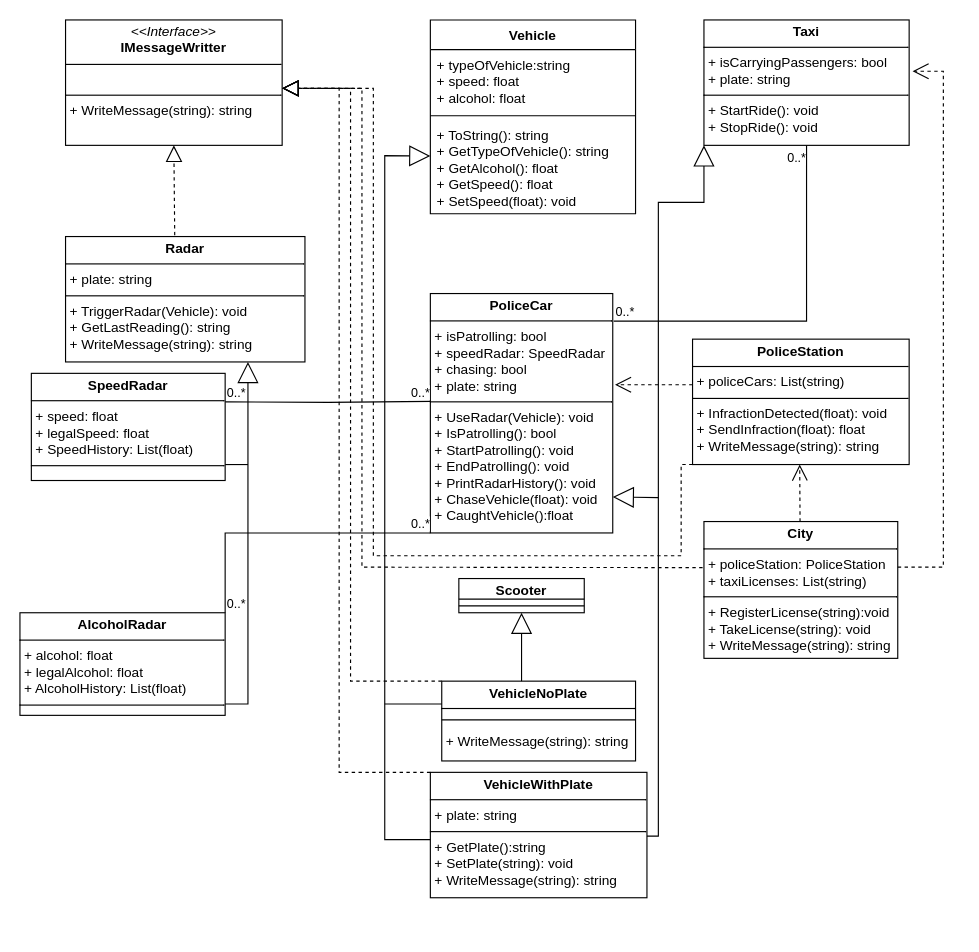
Drakit0/Police_car_02 keeps this draw.io diagram as taxi_cop.drawio. Above is the earlier version. Source tidied: cells renumbered, new cells numbered last; positions are measured from the earlier drawing's top-left corner, leaving out a move shared by most shapes. Both pictures are drawn from the tidied source at 114%, with x=0, y=0 at pixel (19, 19).
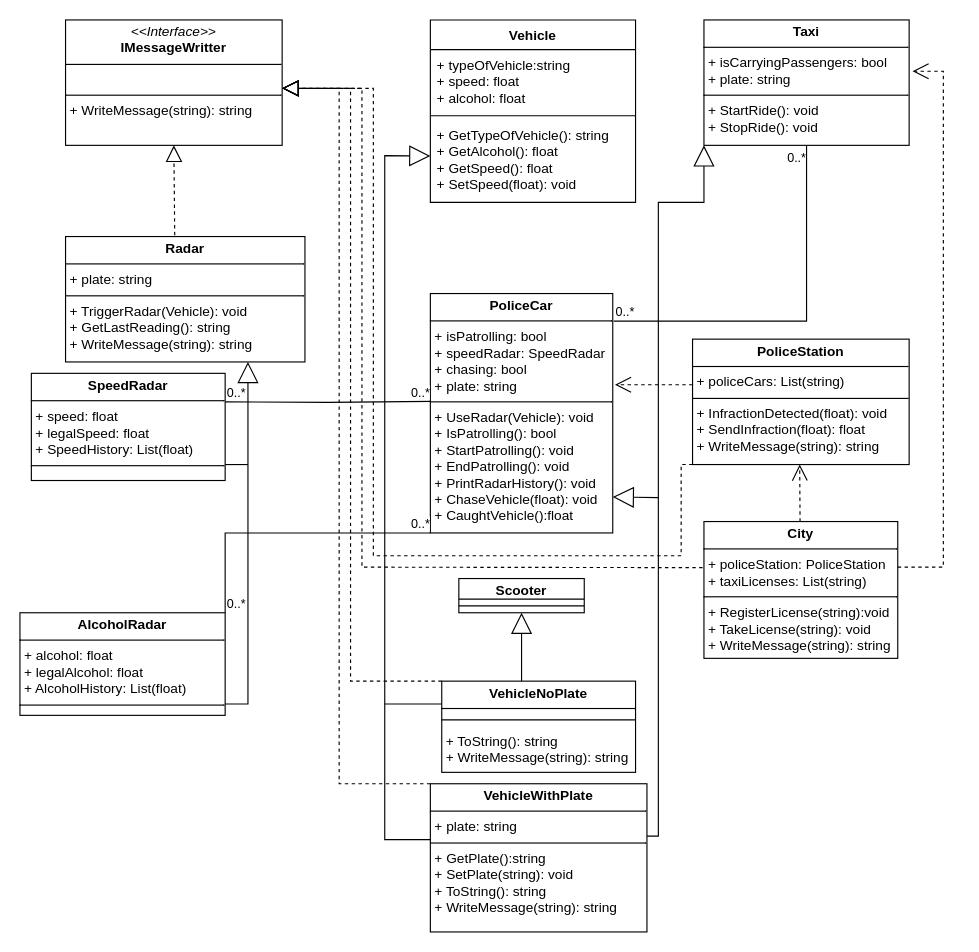
After the change.

Change to the diagram source:
```diff
@@
     <mxCell id="5" value="Vehicle" style="swimlane;fontStyle=1;align=center;verticalAlign=top;horizontal=1;startSize=26;whiteSpace=wrap;html=1;" parent="1" vertex="1">
-      <mxGeometry x="360" width="180" height="170" as="geometry" />
+      <mxGeometry x="360" width="180" height="160" as="geometry" />
     </mxCell>
@@
-    <mxCell id="8" value="+ ToString(): string&lt;div&gt;+ GetTypeOfVehicle(): string&lt;/div&gt;&lt;div&gt;+ GetAlcohol(): float&lt;/div&gt;&lt;div&gt;+ GetSpeed(): float&lt;/div&gt;&lt;div&gt;+ SetSpeed(float): void&lt;/div&gt;" style="text;strokeColor=none;fillColor=none;align=left;verticalAlign=top;spacingLeft=4;spacingRight=4;overflow=hidden;whiteSpace=wrap;html=1;" parent="5" vertex="1">
-      <mxGeometry y="88" width="180" height="82" as="geometry" />
+    <mxCell id="8" value="&lt;div&gt;+ GetTypeOfVehicle(): string&lt;/div&gt;&lt;div&gt;+ GetAlcohol(): float&lt;/div&gt;&lt;div&gt;+ GetSpeed(): float&lt;/div&gt;&lt;div&gt;+ SetSpeed(float): void&lt;/div&gt;" style="text;strokeColor=none;fillColor=none;align=left;verticalAlign=top;spacingLeft=4;spacingRight=4;overflow=hidden;whiteSpace=wrap;html=1;" parent="5" vertex="1">
+      <mxGeometry y="88" width="180" height="72" as="geometry" />
     </mxCell>
@@
-    <mxCell id="31" value="&lt;p style=&quot;margin:0px;margin-top:4px;text-align:center;&quot;&gt;&lt;b&gt;VehicleWithPlate&lt;/b&gt;&lt;/p&gt;&lt;hr size=&quot;1&quot; style=&quot;border-style:solid;&quot;&gt;&lt;p style=&quot;margin:0px;margin-left:4px;&quot;&gt;+ plate: string&lt;/p&gt;&lt;hr size=&quot;1&quot; style=&quot;border-style:solid;&quot;&gt;&lt;p style=&quot;margin:0px;margin-left:4px;&quot;&gt;+ GetPlate():string&lt;/p&gt;&lt;p style=&quot;margin:0px;margin-left:4px;&quot;&gt;+ SetPlate(string): void&lt;/p&gt;&lt;p style=&quot;margin:0px;margin-left:4px;&quot;&gt;+ WriteMessage(string): string&lt;/p&gt;" style="verticalAlign=top;align=left;overflow=fill;html=1;whiteSpace=wrap;" parent="1" vertex="1">
-      <mxGeometry x="360" y="660" width="190" height="110" as="geometry" />
+    <mxCell id="31" value="&lt;p style=&quot;margin:0px;margin-top:4px;text-align:center;&quot;&gt;&lt;b&gt;VehicleWithPlate&lt;/b&gt;&lt;/p&gt;&lt;hr size=&quot;1&quot; style=&quot;border-style:solid;&quot;&gt;&lt;p style=&quot;margin:0px;margin-left:4px;&quot;&gt;+ plate: string&lt;/p&gt;&lt;hr size=&quot;1&quot; style=&quot;border-style:solid;&quot;&gt;&lt;p style=&quot;margin:0px;margin-left:4px;&quot;&gt;+ GetPlate():string&lt;/p&gt;&lt;p style=&quot;margin:0px;margin-left:4px;&quot;&gt;+ SetPlate(string): void&lt;/p&gt;&lt;p style=&quot;margin:0px;margin-left:4px;&quot;&gt;+ ToString(): string&lt;/p&gt;&lt;p style=&quot;margin:0px;margin-left:4px;&quot;&gt;+ WriteMessage(string): string&lt;/p&gt;" style="verticalAlign=top;align=left;overflow=fill;html=1;whiteSpace=wrap;" parent="1" vertex="1">
+      <mxGeometry x="360" y="670" width="190" height="130" as="geometry" />
     </mxCell>
@@
-    <mxCell id="33" value="&lt;p style=&quot;margin:0px;margin-top:4px;text-align:center;&quot;&gt;&lt;b&gt;VehicleNoPlate&lt;/b&gt;&lt;/p&gt;&lt;hr size=&quot;1&quot; style=&quot;border-style:solid;&quot;&gt;&lt;p style=&quot;margin:0px;margin-left:4px;&quot;&gt;&lt;br&gt;&lt;/p&gt;&lt;p style=&quot;margin:0px;margin-left:4px;&quot;&gt;+ WriteMessage(string): string&lt;/p&gt;" style="verticalAlign=top;align=left;overflow=fill;html=1;whiteSpace=wrap;" parent="1" vertex="1">
-      <mxGeometry x="370" y="580" width="170" height="70" as="geometry" />
+    <mxCell id="33" value="&lt;p style=&quot;margin:0px;margin-top:4px;text-align:center;&quot;&gt;&lt;b&gt;VehicleNoPlate&lt;/b&gt;&lt;/p&gt;&lt;hr size=&quot;1&quot; style=&quot;border-style:solid;&quot;&gt;&lt;p style=&quot;margin:0px;margin-left:4px;&quot;&gt;&lt;br&gt;&lt;/p&gt;&lt;p style=&quot;margin:0px;margin-left:4px;&quot;&gt;+ ToString(): string&lt;/p&gt;&lt;p style=&quot;margin:0px;margin-left:4px;&quot;&gt;+ WriteMessage(string): string&lt;/p&gt;&lt;p style=&quot;margin:0px;margin-left:4px;&quot;&gt;&lt;br&gt;&lt;/p&gt;" style="verticalAlign=top;align=left;overflow=fill;html=1;whiteSpace=wrap;" parent="1" vertex="1">
+      <mxGeometry x="370" y="580" width="170" height="80" as="geometry" />
     </mxCell>
@@
     <mxCell id="39" style="endArrow=block;dashed=1;endFill=0;endSize=12;html=1;rounded=0;exitX=0;exitY=0;exitDx=0;exitDy=0;" parent="1" edge="1" source="31">
       <mxGeometry relative="1" as="geometry">
         <mxPoint x="230" y="60" as="targetPoint" />
         <Array as="points">
-          <mxPoint x="280" y="660" />
+          <mxPoint x="280" y="670" />
           <mxPoint x="280" y="60" />
         </Array>
       </mxGeometry>
     </mxCell>
```
